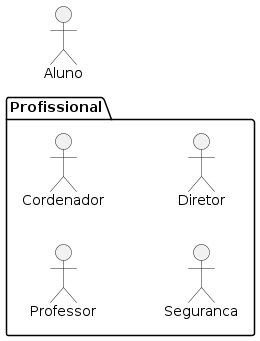
This is universidade.png from RafaeLuiz/Eng1, a PlantUML export, as it was before one commit. The source it was exported from:
```plantuml
@startuml



left to right direction
actor Aluno as a
package Profissional {
actor Professor as p
actor Cordenador as c
actor Seguranca as s
actor Diretor as d
}
@enduml
```
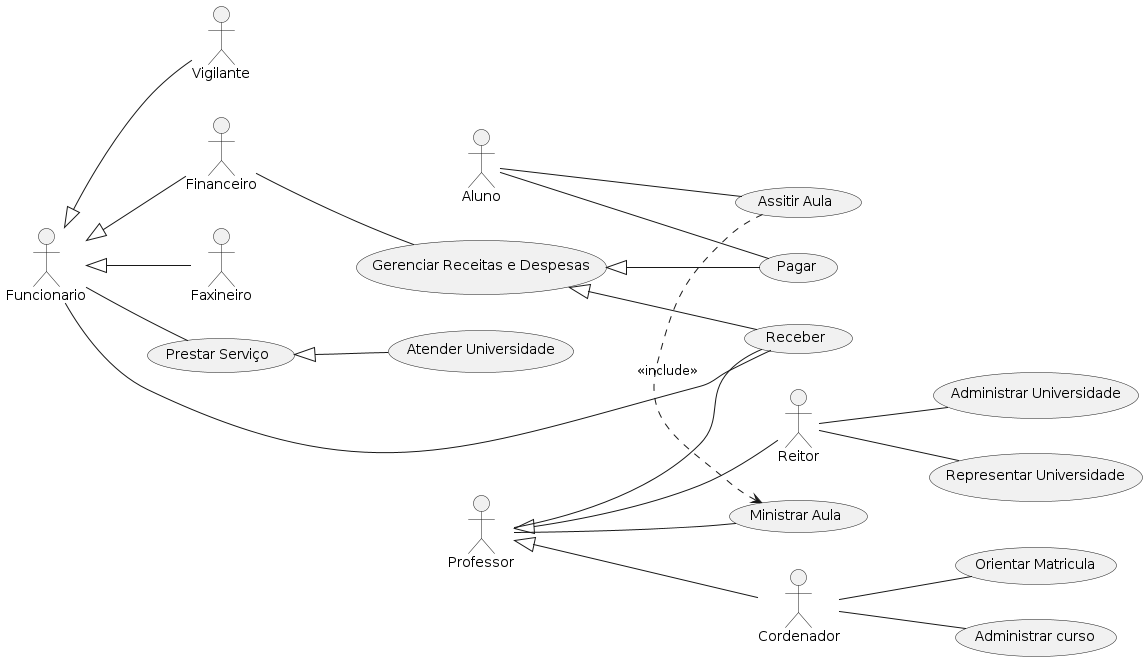
Later version of the same file.

Change to the diagram source:
```diff
@@ -4,10 +4,45 @@
 
 left to right direction
 actor Aluno as a
-package Profissional {
+actor Funcionario as fu
 actor Professor as p
 actor Cordenador as c
-actor Seguranca as s
-actor Diretor as d
-}
+actor Reitor as r
+actor Vigilante as v
+actor Financeiro as f
+actor Faxineiro as fa
+
+usecase "Ministrar Aula" as UC1
+usecase "Assitir Aula" as UC2
+usecase "Orientar Matricula" as UC3
+usecase "Administrar curso" as UC4
+usecase "Administrar Universidade" as UC5
+usecase "Representar Universidade" as UC6
+usecase "Prestar Serviço" as UC7
+usecase "Atender Universidade" as UC8
+usecase "Gerenciar Receitas e Despesas" as UC9
+usecase "Pagar" as UC10
+usecase "Receber" as UC11
+(UC2) .> (UC1) : <<include>>
+
+fu -- UC7
+fu -- UC11
+fu <|-- fa
+fu <|-- v
+fu <|-- f
+f -- UC9
+UC9 <|-- UC10
+UC9 <|-- UC11
+a -- UC2
+a -- UC10
+p -- UC1
+p -- UC11
+c -- UC3
+c -- UC4
+r -- UC5
+r -- UC6
+UC7 <|-- UC8
+p <|-- r
+p <|-- c
+
 @enduml
```
